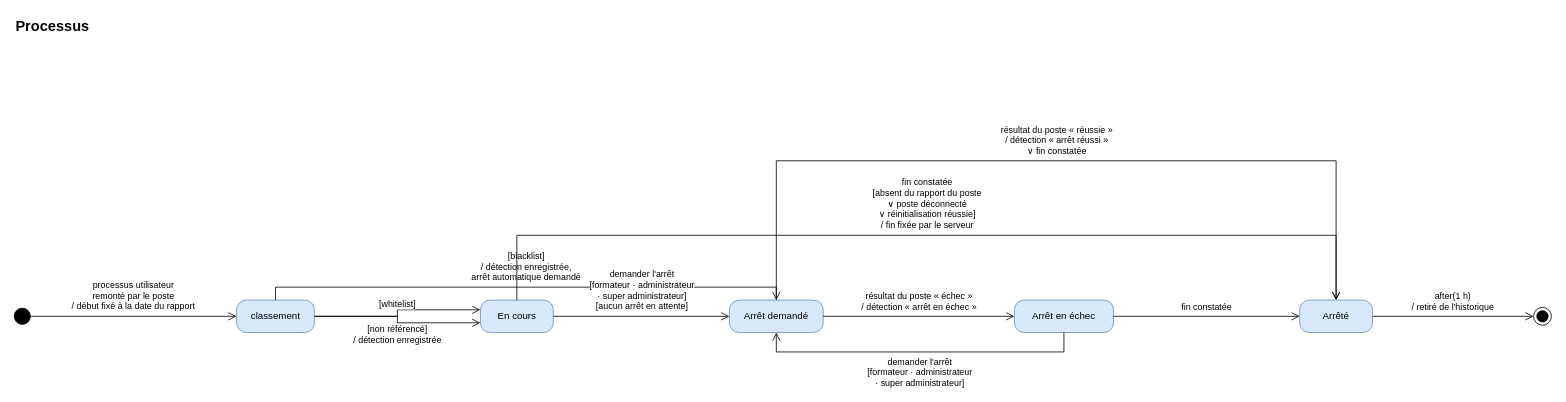
Before: page "Processus" (4 of 4) of docs/02-ANALYSE/03-ANALYSE/01-DIAGRAMMES-ETATS.drawio in bpierrelouis/aster, a draw.io diagram. Source tidied: cells renumbered, new cells numbered last; positions are measured from the earlier drawing's top-left corner, leaving out a move shared by most shapes. Both pictures are drawn from the tidied source at 81%, with x=0, y=0 at pixel (14, 14).
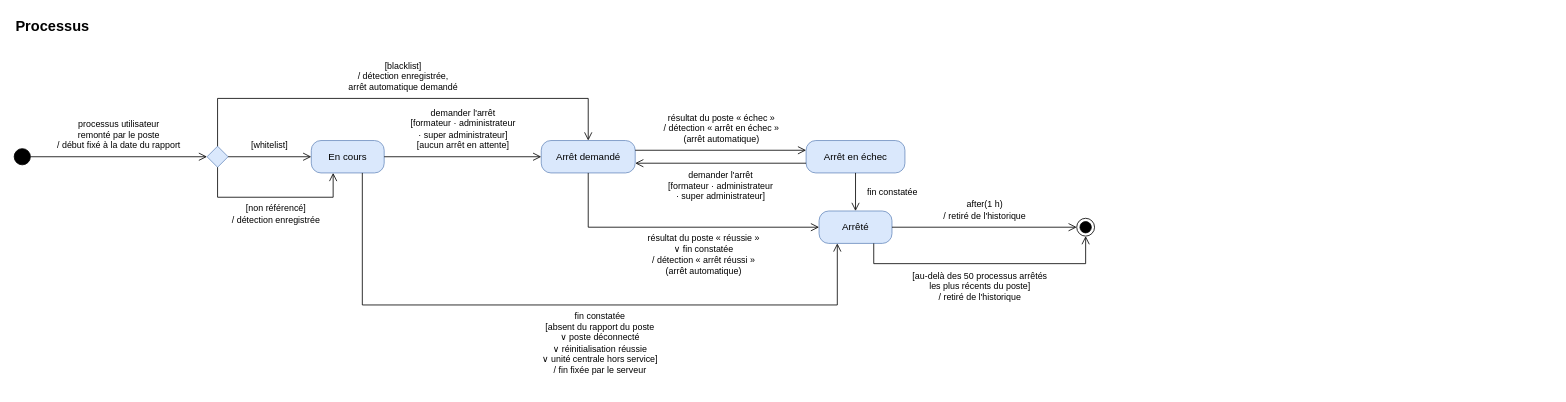
The same page after the edit.

What changed in the source:
```diff
@@
     <mxCell id="2" value="Processus" style="text;html=1;align=left;verticalAlign=middle;strokeColor=none;fillColor=none;fontSize=18;fontStyle=1;" parent="1" vertex="1">
-      <mxGeometry width="500" height="30" as="geometry" />
+      <mxGeometry width="600" height="30" as="geometry" />
     </mxCell>
     <mxCell id="3" style="ellipse;html=1;fillColor=#000000;strokeColor=#000000;fontSize=11;" parent="1" vertex="1">
-      <mxGeometry y="363" width="20" height="20" as="geometry" />
+      <mxGeometry y="166" width="20" height="20" as="geometry" />
     </mxCell>
-    <mxCell id="4" value="classement" style="rounded=1;arcSize=30;whiteSpace=wrap;html=1;fontSize=12;fillColor=#dae8fc;strokeColor=#6c8ebf;" parent="1" vertex="1">
-      <mxGeometry x="274.6" y="353" width="96" height="40" as="geometry" />
+    <mxCell id="4" style="rhombus;html=1;fillColor=#dae8fc;strokeColor=#6c8ebf;" parent="1" vertex="1">
+      <mxGeometry x="238.1" y="163" width="26" height="26" as="geometry" />
     </mxCell>
     <mxCell id="5" value="En cours" style="rounded=1;arcSize=30;whiteSpace=wrap;html=1;fontSize=12;fillColor=#dae8fc;strokeColor=#6c8ebf;" parent="1" vertex="1">
-      <mxGeometry x="575.6" y="353" width="90" height="40" as="geometry" />
+      <mxGeometry x="366.8" y="156" width="90" height="40" as="geometry" />
     </mxCell>
     <mxCell id="6" value="Arrêt demandé" style="rounded=1;arcSize=30;whiteSpace=wrap;html=1;fontSize=12;fillColor=#dae8fc;strokeColor=#6c8ebf;" parent="1" vertex="1">
-      <mxGeometry x="883" y="353" width="115.8" height="40" as="geometry" />
+      <mxGeometry x="650.7" y="156" width="116" height="40" as="geometry" />
     </mxCell>
     <mxCell id="7" value="Arrêt en échec" style="rounded=1;arcSize=30;whiteSpace=wrap;html=1;fontSize=12;fillColor=#dae8fc;strokeColor=#6c8ebf;" parent="1" vertex="1">
-      <mxGeometry x="1234.8" y="353" width="122.4" height="40" as="geometry" />
+      <mxGeometry x="977.7" y="156" width="122" height="40" as="geometry" />
     </mxCell>
     <mxCell id="8" value="Arrêté" style="rounded=1;arcSize=30;whiteSpace=wrap;html=1;fontSize=12;fillColor=#dae8fc;strokeColor=#6c8ebf;" parent="1" vertex="1">
-      <mxGeometry x="1587" y="353" width="90" height="40" as="geometry" />
+      <mxGeometry x="993.7" y="243" width="90" height="40" as="geometry" />
     </mxCell>
     <mxCell id="9" style="ellipse;html=1;shape=endState;fillColor=#000000;strokeColor=#000000;fontSize=11;" parent="1" vertex="1">
-      <mxGeometry x="1875.8" y="362" width="22" height="22" as="geometry" />
+      <mxGeometry x="1311.8" y="252" width="22" height="22" as="geometry" />
     </mxCell>
-    <mxCell id="10" value="processus utilisateur&lt;br&gt;remonté par le poste&lt;br&gt;/ début fixé à la date du rapport" style="edgeStyle=orthogonalEdgeStyle;endArrow=open;endSize=8;html=1;rounded=0;fontSize=11;labelBackgroundColor=#ffffff;exitX=1;exitY=0.5;exitDx=0;exitDy=0;entryX=0;entryY=0.5;entryDx=0;entryDy=0;" parent="1" edge="1" source="3" target="4">
+    <mxCell id="10" value="processus utilisateur&lt;br&gt;remonté par le poste&lt;br&gt;/ début fixé à la date du rapport" style="edgeStyle=orthogonalEdgeStyle;endArrow=open;endSize=8;html=1;rounded=0;fontSize=11;labelBackgroundColor=#ffffff;jumpStyle=arc;jumpSize=10;exitX=1;exitY=0.5;exitDx=0;exitDy=0;entryX=0;entryY=0.5;entryDx=0;entryDy=0;" parent="1" edge="1" source="3" target="4">
       <mxGeometry relative="1" as="geometry">
-        <mxPoint y="-25" as="offset" />
+        <mxPoint y="-27.5" as="offset" />
       </mxGeometry>
     </mxCell>
-    <mxCell id="11" value="[whitelist]" style="edgeStyle=orthogonalEdgeStyle;endArrow=open;endSize=8;html=1;rounded=0;fontSize=11;labelBackgroundColor=#ffffff;exitX=1;exitY=0.5;exitDx=0;exitDy=0;entryX=0;entryY=0.3;entryDx=0;entryDy=0;" parent="1" edge="1" source="4" target="5">
+    <mxCell id="11" value="[whitelist]" style="edgeStyle=orthogonalEdgeStyle;endArrow=open;endSize=8;html=1;rounded=0;fontSize=11;labelBackgroundColor=#ffffff;jumpStyle=arc;jumpSize=10;exitX=1;exitY=0.5;exitDx=0;exitDy=0;entryX=0;entryY=0.5;entryDx=0;entryDy=0;" parent="1" edge="1" source="4" target="5">
       <mxGeometry relative="1" as="geometry">
-        <mxPoint y="-11" as="offset" />
+        <mxPoint y="-14.5" as="offset" />
       </mxGeometry>
     </mxCell>
-    <mxCell id="12" value="[non référencé]&lt;br&gt;/ détection enregistrée" style="edgeStyle=orthogonalEdgeStyle;endArrow=open;endSize=8;html=1;rounded=0;fontSize=11;labelBackgroundColor=#ffffff;exitX=1;exitY=0.5;exitDx=0;exitDy=0;entryX=0;entryY=0.7;entryDx=0;entryDy=0;" parent="1" edge="1" source="4" target="5">
+    <mxCell id="12" value="[non référencé]&lt;br&gt;/ détection enregistrée" style="edgeStyle=orthogonalEdgeStyle;endArrow=open;endSize=8;html=1;rounded=0;fontSize=11;labelBackgroundColor=#ffffff;jumpStyle=arc;jumpSize=10;exitX=0.5;exitY=1;exitDx=0;exitDy=0;entryX=0.3;entryY=1;entryDx=0;entryDy=0;" parent="1" edge="1" source="4" target="5">
       <mxGeometry relative="1" as="geometry">
-        <mxPoint y="18" as="offset" />
+        <Array as="points">
+          <mxPoint x="251.1" y="226" />
+          <mxPoint x="393.8" y="226" />
+        </Array>
+        <mxPoint x="3.5" y="21" as="offset" />
       </mxGeometry>
     </mxCell>
-    <mxCell id="13" value="[blacklist]&lt;br&gt;/ détection enregistrée,&lt;br&gt;arrêt automatique demandé" style="edgeStyle=orthogonalEdgeStyle;endArrow=open;endSize=8;html=1;rounded=0;fontSize=11;labelBackgroundColor=#ffffff;exitX=0.5;exitY=0;exitDx=0;exitDy=0;entryX=0.5;entryY=0;entryDx=0;entryDy=0;" parent="1" edge="1" source="4" target="6">
+    <mxCell id="13" value="[blacklist]&lt;br&gt;/ détection enregistrée,&lt;br&gt;arrêt automatique demandé" style="edgeStyle=orthogonalEdgeStyle;endArrow=open;endSize=8;html=1;rounded=0;fontSize=11;labelBackgroundColor=#ffffff;jumpStyle=arc;jumpSize=10;exitX=0.5;exitY=0;exitDx=0;exitDy=0;entryX=0.5;entryY=0;entryDx=0;entryDy=0;" parent="1" edge="1" source="4" target="6">
       <mxGeometry relative="1" as="geometry">
         <Array as="points">
-          <mxPoint x="322.6" y="337" />
-          <mxPoint x="940.9" y="337" />
+          <mxPoint x="251.1" y="104" />
+          <mxPoint x="708.7" y="104" />
         </Array>
-        <mxPoint y="-25" as="offset" />
+        <mxPoint x="3.5" y="-27.5" as="offset" />
       </mxGeometry>
     </mxCell>
-    <mxCell id="14" value="demander l'arrêt&lt;br&gt;[formateur · administrateur&lt;br&gt;· super administrateur]&lt;br&gt;[aucun arrêt en attente]" style="edgeStyle=orthogonalEdgeStyle;endArrow=open;endSize=8;html=1;rounded=0;fontSize=11;labelBackgroundColor=#ffffff;exitX=1;exitY=0.5;exitDx=0;exitDy=0;entryX=0;entryY=0.5;entryDx=0;entryDy=0;" parent="1" edge="1" source="5" target="6">
+    <mxCell id="14" value="demander l'arrêt&lt;br&gt;[formateur · administrateur&lt;br&gt;· super administrateur]&lt;br&gt;[aucun arrêt en attente]" style="edgeStyle=orthogonalEdgeStyle;endArrow=open;endSize=8;html=1;rounded=0;fontSize=11;labelBackgroundColor=#ffffff;jumpStyle=arc;jumpSize=10;exitX=1;exitY=0.5;exitDx=0;exitDy=0;entryX=0;entryY=0.5;entryDx=0;entryDy=0;" parent="1" edge="1" source="5" target="6">
       <mxGeometry relative="1" as="geometry">
-        <mxPoint y="-32" as="offset" />
+        <mxPoint y="-34" as="offset" />
       </mxGeometry>
     </mxCell>
-    <mxCell id="15" value="résultat du poste « échec »&lt;br&gt;/ détection « arrêt en échec »" style="edgeStyle=orthogonalEdgeStyle;endArrow=open;endSize=8;html=1;rounded=0;fontSize=11;labelBackgroundColor=#ffffff;exitX=1;exitY=0.5;exitDx=0;exitDy=0;entryX=0;entryY=0.5;entryDx=0;entryDy=0;" parent="1" edge="1" source="6" target="7">
+    <mxCell id="15" value="résultat du poste « échec »&lt;br&gt;/ détection « arrêt en échec »&lt;br&gt;(arrêt automatique)" style="edgeStyle=orthogonalEdgeStyle;endArrow=open;endSize=8;html=1;rounded=0;fontSize=11;labelBackgroundColor=#ffffff;jumpStyle=arc;jumpSize=10;exitX=1;exitY=0.3;exitDx=0;exitDy=0;entryX=0;entryY=0.3;entryDx=0;entryDy=0;" parent="1" edge="1" source="6" target="7">
       <mxGeometry relative="1" as="geometry">
-        <mxPoint y="-18" as="offset" />
+        <mxPoint y="-27.5" as="offset" />
       </mxGeometry>
     </mxCell>
-    <mxCell id="16" value="demander l'arrêt&lt;br&gt;[formateur · administrateur&lt;br&gt;· super administrateur]" style="edgeStyle=orthogonalEdgeStyle;endArrow=open;endSize=8;html=1;rounded=0;fontSize=11;labelBackgroundColor=#ffffff;exitX=0.5;exitY=1;exitDx=0;exitDy=0;entryX=0.5;entryY=1;entryDx=0;entryDy=0;" parent="1" edge="1" source="7" target="6">
+    <mxCell id="16" value="demander l'arrêt&lt;br&gt;[formateur · administrateur&lt;br&gt;· super administrateur]" style="edgeStyle=orthogonalEdgeStyle;endArrow=open;endSize=8;html=1;rounded=0;fontSize=11;labelBackgroundColor=#ffffff;jumpStyle=arc;jumpSize=10;exitX=0;exitY=0.7;exitDx=0;exitDy=0;entryX=1;entryY=0.7;entryDx=0;entryDy=0;" parent="1" edge="1" source="7" target="6">
       <mxGeometry relative="1" as="geometry">
-        <Array as="points">
-          <mxPoint x="1296" y="417" />
-          <mxPoint x="940.9" y="417" />
-        </Array>
-        <mxPoint y="25" as="offset" />
+        <mxPoint y="27.5" as="offset" />
       </mxGeometry>
     </mxCell>
-    <mxCell id="17" value="fin constatée&lt;br&gt;[absent du rapport du poste&lt;br&gt;∨ poste déconnecté&lt;br&gt;∨ réinitialisation réussie]&lt;br&gt;/ fin fixée par le serveur" style="edgeStyle=orthogonalEdgeStyle;endArrow=open;endSize=8;html=1;rounded=0;fontSize=11;labelBackgroundColor=#ffffff;exitX=0.5;exitY=0;exitDx=0;exitDy=0;entryX=0.5;entryY=0;entryDx=0;entryDy=0;" parent="1" edge="1" source="5" target="8">
+    <mxCell id="17" value="fin constatée&lt;br&gt;[absent du rapport du poste&lt;br&gt;∨ poste déconnecté&lt;br&gt;∨ réinitialisation réussie&lt;br&gt;∨ unité centrale hors service]&lt;br&gt;/ fin fixée par le serveur" style="edgeStyle=orthogonalEdgeStyle;endArrow=open;endSize=8;html=1;rounded=0;fontSize=11;labelBackgroundColor=#ffffff;jumpStyle=arc;jumpSize=10;exitX=0.7;exitY=1;exitDx=0;exitDy=0;entryX=0.25;entryY=1;entryDx=0;entryDy=0;" parent="1" edge="1" source="5" target="8">
       <mxGeometry relative="1" as="geometry">
         <Array as="points">
-          <mxPoint x="620.6" y="273" />
-          <mxPoint x="1632" y="273" />
+          <mxPoint x="429.8" y="359" />
+          <mxPoint x="1016.2" y="359" />
         </Array>
-        <mxPoint y="-39" as="offset" />
+        <mxPoint x="43.5" y="47" as="offset" />
       </mxGeometry>
     </mxCell>
-    <mxCell id="18" value="résultat du poste « réussie »&lt;br&gt;/ détection « arrêt réussi »&lt;br&gt;∨ fin constatée" style="edgeStyle=orthogonalEdgeStyle;endArrow=open;endSize=8;html=1;rounded=0;fontSize=11;labelBackgroundColor=#ffffff;exitX=0.5;exitY=0;exitDx=0;exitDy=0;entryX=0.5;entryY=0;entryDx=0;entryDy=0;" parent="1" edge="1" source="6" target="8">
+    <mxCell id="18" value="résultat du poste « réussie »&lt;br&gt;∨ fin constatée&lt;br&gt;/ détection « arrêt réussi »&lt;br&gt;(arrêt automatique)" style="edgeStyle=orthogonalEdgeStyle;endArrow=open;endSize=8;html=1;rounded=0;fontSize=11;labelBackgroundColor=#ffffff;jumpStyle=arc;jumpSize=10;exitX=0.5;exitY=1;exitDx=0;exitDy=0;entryX=0;entryY=0.5;entryDx=0;entryDy=0;" parent="1" edge="1" source="6" target="8">
       <mxGeometry relative="1" as="geometry">
         <Array as="points">
-          <mxPoint x="940.9" y="181" />
-          <mxPoint x="1632" y="181" />
+          <mxPoint x="708.7" y="263" />
         </Array>
-        <mxPoint y="-25" as="offset" />
+        <mxPoint x="33.5" y="34" as="offset" />
       </mxGeometry>
     </mxCell>
-    <mxCell id="19" value="fin constatée" style="edgeStyle=orthogonalEdgeStyle;endArrow=open;endSize=8;html=1;rounded=0;fontSize=11;labelBackgroundColor=#ffffff;exitX=1;exitY=0.5;exitDx=0;exitDy=0;entryX=0;entryY=0.5;entryDx=0;entryDy=0;" parent="1" edge="1" source="7" target="8">
+    <mxCell id="19" value="fin constatée" style="edgeStyle=orthogonalEdgeStyle;endArrow=open;endSize=8;html=1;rounded=0;fontSize=11;labelBackgroundColor=#ffffff;jumpStyle=arc;jumpSize=10;exitX=0.5;exitY=1;exitDx=0;exitDy=0;entryX=0.5;entryY=0;entryDx=0;entryDy=0;" parent="1" edge="1" source="7" target="8">
       <mxGeometry relative="1" as="geometry">
-        <mxPoint y="-11" as="offset" />
+        <mxPoint x="45" as="offset" />
       </mxGeometry>
     </mxCell>
-    <mxCell id="20" value="after(1 h)&lt;br&gt;/ retiré de l'historique" style="edgeStyle=orthogonalEdgeStyle;endArrow=open;endSize=8;html=1;rounded=0;fontSize=11;labelBackgroundColor=#ffffff;exitX=1;exitY=0.5;exitDx=0;exitDy=0;entryX=0;entryY=0.5;entryDx=0;entryDy=0;" parent="1" edge="1" source="8" target="9">
+    <mxCell id="20" value="after(1 h)&lt;br&gt;/ retiré de l'historique" style="edgeStyle=orthogonalEdgeStyle;endArrow=open;endSize=8;html=1;rounded=0;fontSize=11;labelBackgroundColor=#ffffff;jumpStyle=arc;jumpSize=10;exitX=1;exitY=0.5;exitDx=0;exitDy=0;entryX=0;entryY=0.5;entryDx=0;entryDy=0;" parent="1" edge="1" source="8" target="9">
       <mxGeometry relative="1" as="geometry">
-        <mxPoint y="-18" as="offset" />
+        <mxPoint y="-21" as="offset" />
       </mxGeometry>
     </mxCell>
+    <mxCell id="21" value="[au-delà des 50 processus arrêtés&lt;br&gt;les plus récents du poste]&lt;br&gt;/ retiré de l'historique" style="edgeStyle=orthogonalEdgeStyle;endArrow=open;endSize=8;html=1;rounded=0;fontSize=11;labelBackgroundColor=#ffffff;jumpStyle=arc;jumpSize=10;exitX=0.75;exitY=1;exitDx=0;exitDy=0;entryX=0.5;entryY=1;entryDx=0;entryDy=0;" parent="1" edge="1" source="8" target="9">
+      <mxGeometry relative="1" as="geometry">
+        <Array as="points">
+          <mxPoint x="1061.2" y="308" />
+          <mxPoint x="1322.8" y="308" />
+        </Array>
+        <mxPoint x="-4.5" y="27.5" as="offset" />
+      </mxGeometry>
+    </mxCell>
```
